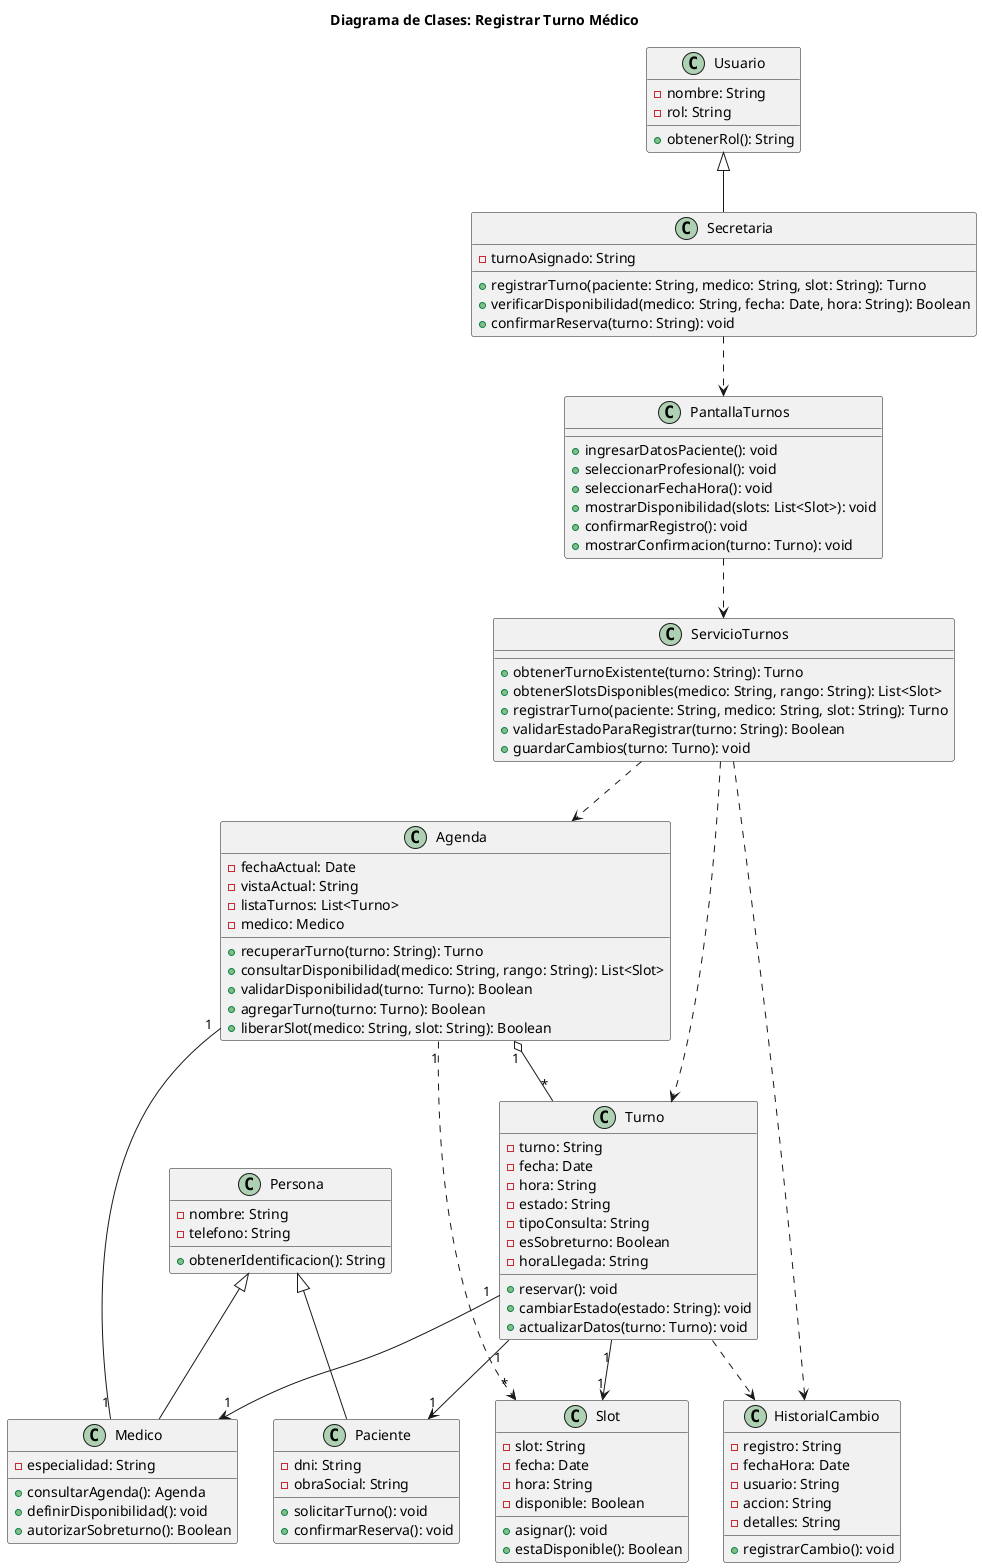
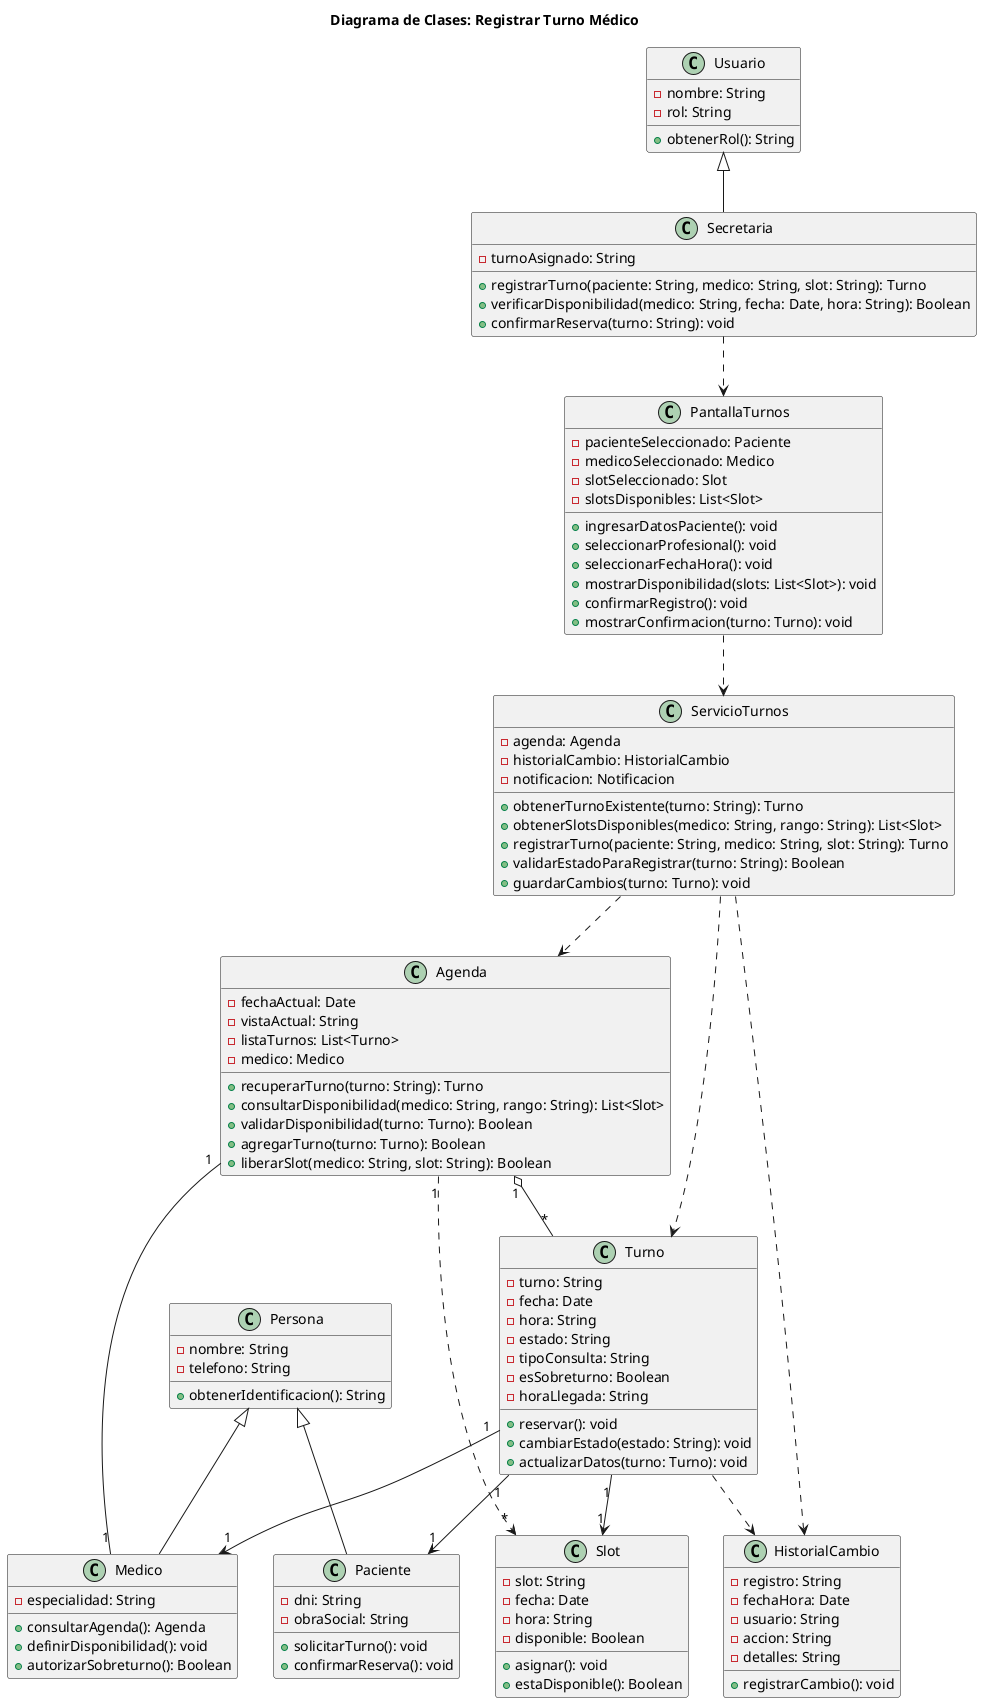
@startuml 01-clases-registrar-turno-medico-01
title Diagrama de Clases: Registrar Turno Médico

class Persona {
  - nombre: String
  - telefono: String
  + obtenerIdentificacion(): String
}

class Usuario {
  - nombre: String
  - rol: String
  + obtenerRol(): String
}

class Paciente {
  - dni: String
  - obraSocial: String
  + solicitarTurno(): void
  + confirmarReserva(): void
}

class Secretaria {
  - turnoAsignado: String
  + registrarTurno(paciente: String, medico: String, slot: String): Turno
  + verificarDisponibilidad(medico: String, fecha: Date, hora: String): Boolean
  + confirmarReserva(turno: String): void
}

class Medico {
  - especialidad: String
  + consultarAgenda(): Agenda
  + definirDisponibilidad(): void
  + autorizarSobreturno(): Boolean
}

class Agenda {
  - fechaActual: Date
  - vistaActual: String
  - listaTurnos: List<Turno>
  - medico: Medico
  + recuperarTurno(turno: String): Turno
  + consultarDisponibilidad(medico: String, rango: String): List<Slot>
  + validarDisponibilidad(turno: Turno): Boolean
  + agregarTurno(turno: Turno): Boolean
  + liberarSlot(medico: String, slot: String): Boolean
}

class Turno {
  - turno: String
  - fecha: Date
  - hora: String
  - estado: String
  - tipoConsulta: String
  - esSobreturno: Boolean
  - horaLlegada: String
  + reservar(): void
  + cambiarEstado(estado: String): void
  + actualizarDatos(turno: Turno): void
}

class Slot {
  - slot: String
  - fecha: Date
  - hora: String
  - disponible: Boolean
  + asignar(): void
  + estaDisponible(): Boolean
}

class HistorialCambio {
  - registro: String
  - fechaHora: Date
  - usuario: String
  - accion: String
  - detalles: String
  + registrarCambio(): void
}

class ServicioTurnos {
+   - agenda: Agenda
+   - historialCambio: HistorialCambio
+   - notificacion: Notificacion
  + obtenerTurnoExistente(turno: String): Turno
  + obtenerSlotsDisponibles(medico: String, rango: String): List<Slot>
  + registrarTurno(paciente: String, medico: String, slot: String): Turno
  + validarEstadoParaRegistrar(turno: String): Boolean
  + guardarCambios(turno: Turno): void
}

class PantallaTurnos {
+   - pacienteSeleccionado: Paciente
+   - medicoSeleccionado: Medico
+   - slotSeleccionado: Slot
+   - slotsDisponibles: List<Slot>
  + ingresarDatosPaciente(): void
  + seleccionarProfesional(): void
  + seleccionarFechaHora(): void
  + mostrarDisponibilidad(slots: List<Slot>): void
  + confirmarRegistro(): void
  + mostrarConfirmacion(turno: Turno): void
}

Persona <|-- Paciente
Persona <|-- Medico
Usuario <|-- Secretaria

Agenda "1" o-- "*" Turno
Agenda "1" -- "1" Medico
Turno "1" --> "1" Paciente
Turno "1" --> "1" Medico
Turno "1" --> "1" Slot
Agenda "1" ..> "*" Slot
ServicioTurnos ..> Agenda
ServicioTurnos ..> Turno
ServicioTurnos ..> HistorialCambio
PantallaTurnos ..> ServicioTurnos
Secretaria ..> PantallaTurnos
Turno ..> HistorialCambio

@enduml
